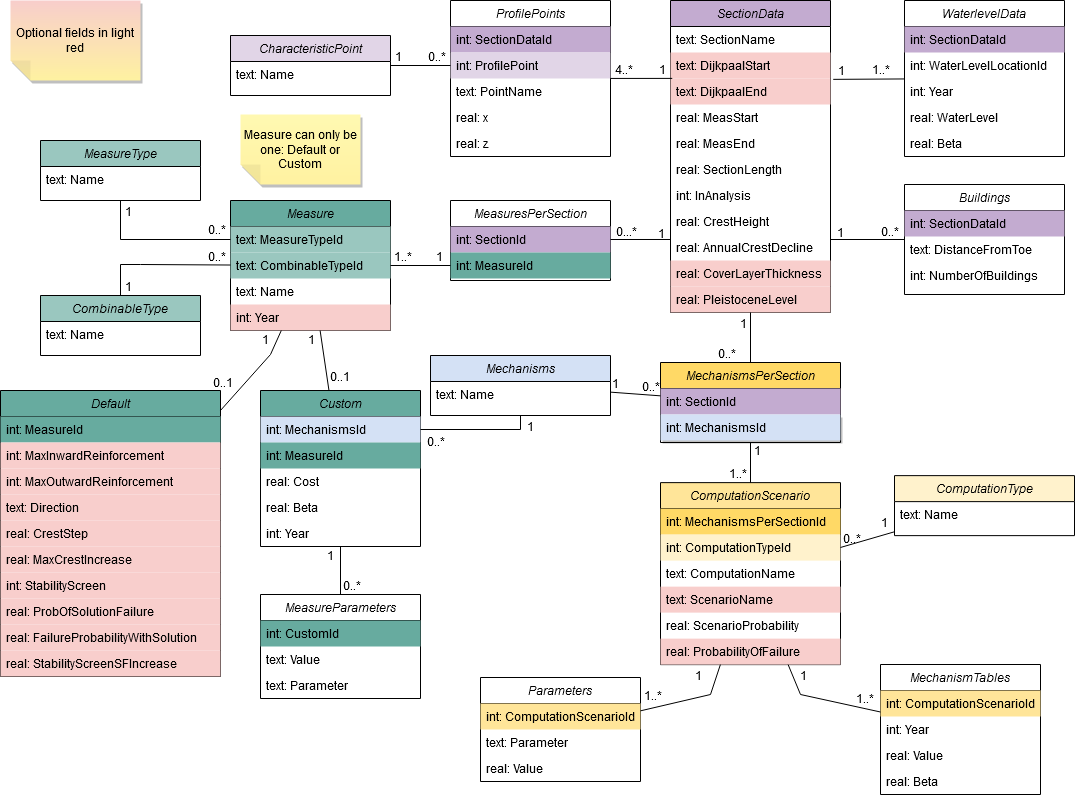
Deltares/Veiligheidsrendement keeps this draw.io diagram as docs/db_diagram/vrtool_sql_input.drawio.png. Above is the earlier version. Source tidied: cells renumbered, new cells last; positions are measured from the earlier drawing's top-left corner, leaving out a move shared by most shapes.
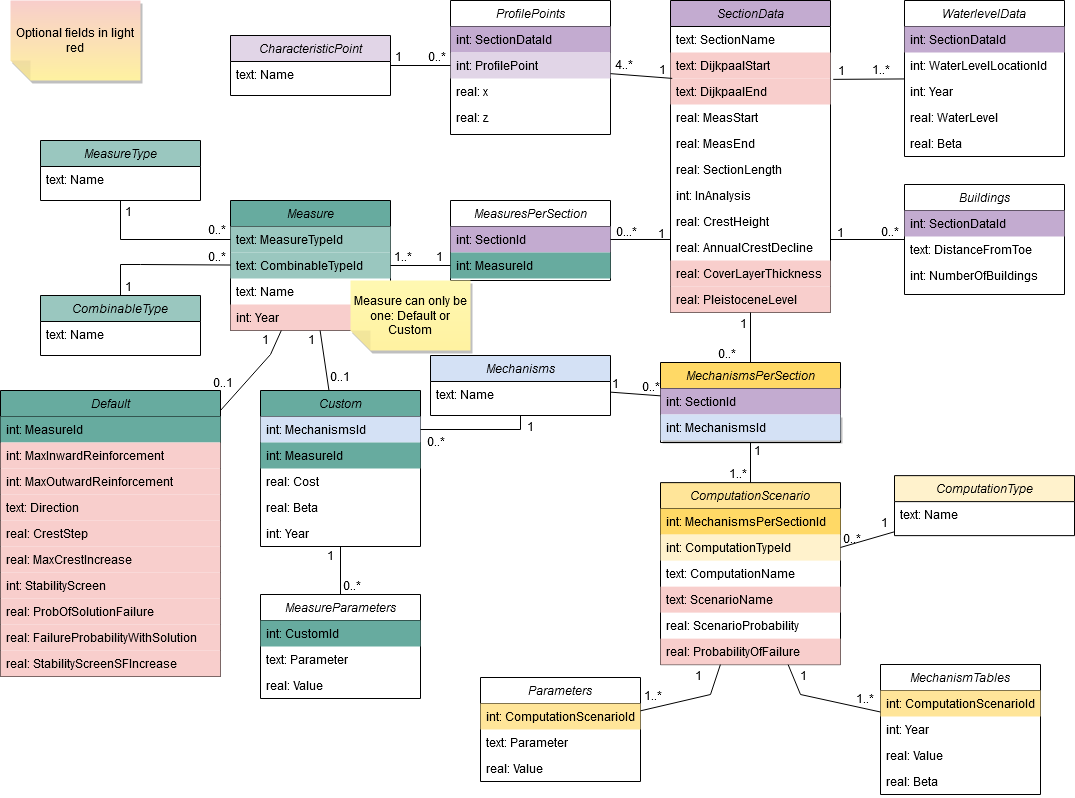
The same file after the commit.

Commit message:
docs: Updated sql input database with latest agreements

The edit, as a diff of the source:
```diff
@@ -18,7 +18,7 @@
       <mxGeometry y="104" width="160" height="26" as="geometry" />
     </mxCell>
     <mxCell id="7" value="ProfilePoints" style="swimlane;fontStyle=2;align=center;verticalAlign=top;horizontal=1;startSize=26;rounded=0;shadow=0;strokeWidth=1;" parent="1" vertex="1">
-      <mxGeometry x="450" width="160" height="156" as="geometry" />
+      <mxGeometry x="450" width="160" height="134" as="geometry" />
     </mxCell>
     <mxCell id="8" value="int: SectionDataId" style="text;align=left;verticalAlign=top;spacingLeft=4;spacingRight=4;overflow=hidden;fillColor=#C3ABD0;" parent="7" vertex="1">
       <mxGeometry y="26" width="160" height="26" as="geometry" />
@@ -26,14 +26,11 @@
     <mxCell id="9" value="int: ProfilePoint" style="text;align=left;verticalAlign=top;spacingLeft=4;spacingRight=4;overflow=hidden;points=[[0,0.5],[1,0.5]];portConstraint=eastwest;rounded=0;shadow=0;html=0;fillColor=#E1D5E7;" parent="7" vertex="1">
       <mxGeometry y="52" width="160" height="26" as="geometry" />
     </mxCell>
-    <mxCell id="10" value="text: PointName" style="text;align=left;verticalAlign=top;spacingLeft=4;spacingRight=4;overflow=hidden;" parent="7" vertex="1">
-      <mxGeometry y="78" width="160" height="26" as="geometry" />
-    </mxCell>
     <mxCell id="11" value="real: x" style="text;align=left;verticalAlign=top;spacingLeft=4;spacingRight=4;overflow=hidden;rounded=0;shadow=0;html=0;" parent="7" vertex="1">
-      <mxGeometry y="104" width="160" height="26" as="geometry" />
+      <mxGeometry y="78" width="160" height="26" as="geometry" />
     </mxCell>
     <mxCell id="12" value="real: z" style="text;align=left;verticalAlign=top;spacingLeft=4;spacingRight=4;overflow=hidden;rounded=0;shadow=0;html=0;" parent="7" vertex="1">
-      <mxGeometry y="130" width="160" height="26" as="geometry" />
+      <mxGeometry y="104" width="160" height="26" as="geometry" />
     </mxCell>
     <mxCell id="13" value="MechanismTables" style="swimlane;fontStyle=2;align=center;verticalAlign=top;horizontal=1;startSize=26;rounded=0;shadow=0;strokeWidth=1;fillColor=none;" parent="1" vertex="1">
       <mxGeometry x="880" y="664" width="160" height="130" as="geometry" />
@@ -414,12 +411,12 @@
     <mxCell id="119" value="int: CustomId" style="text;align=left;verticalAlign=top;spacingLeft=4;spacingRight=4;overflow=hidden;rounded=0;shadow=0;html=0;fillColor=#67AB9F;" parent="118" vertex="1">
       <mxGeometry y="26" width="160" height="26" as="geometry" />
     </mxCell>
+    <mxCell id="121" value="text: Parameter" style="text;align=left;verticalAlign=top;spacingLeft=4;spacingRight=4;overflow=hidden;rounded=0;shadow=0;html=0;" parent="118" vertex="1">
+      <mxGeometry y="52" width="160" height="26" as="geometry" />
+    </mxCell>
-    <mxCell id="120" value="text: Value" style="text;align=left;verticalAlign=top;spacingLeft=4;spacingRight=4;overflow=hidden;rounded=0;shadow=0;html=0;" parent="118" vertex="1">
-      <mxGeometry y="52" width="160" height="26" as="geometry" />
+    <mxCell id="120" value="real: Value" style="text;align=left;verticalAlign=top;spacingLeft=4;spacingRight=4;overflow=hidden;rounded=0;shadow=0;html=0;" parent="118" vertex="1">
+      <mxGeometry y="78" width="160" height="26" as="geometry" />
     </mxCell>
-    <mxCell id="121" value="text: Parameter" style="text;align=left;verticalAlign=top;spacingLeft=4;spacingRight=4;overflow=hidden;rounded=0;shadow=0;html=0;" parent="118" vertex="1">
-      <mxGeometry y="78" width="160" height="26" as="geometry" />
-    </mxCell>
     <mxCell id="122" style="endArrow=none;html=1;rounded=0;" parent="1" edge="1" source="118" target="110">
       <mxGeometry relative="1" as="geometry" />
     </mxCell>
@@ -525,7 +522,7 @@
       <mxGeometry x="10" width="130" height="80" as="geometry" />
     </mxCell>
     <mxCell id="143" value="Measure can only be one: Default or Custom" style="shape=note;whiteSpace=wrap;html=1;backgroundOutline=1;fontColor=#000000;darkOpacity=0.05;fillColor=#FFF9B2;strokeColor=none;fillStyle=solid;direction=west;gradientDirection=north;gradientColor=#FFF2A1;shadow=1;size=20;" parent="1" vertex="1">
-      <mxGeometry x="240" y="114" width="120" height="70" as="geometry" />
+      <mxGeometry x="350" y="280" width="120" height="70" as="geometry" />
     </mxCell>
   </root>
 </mxGraphModel>
```
